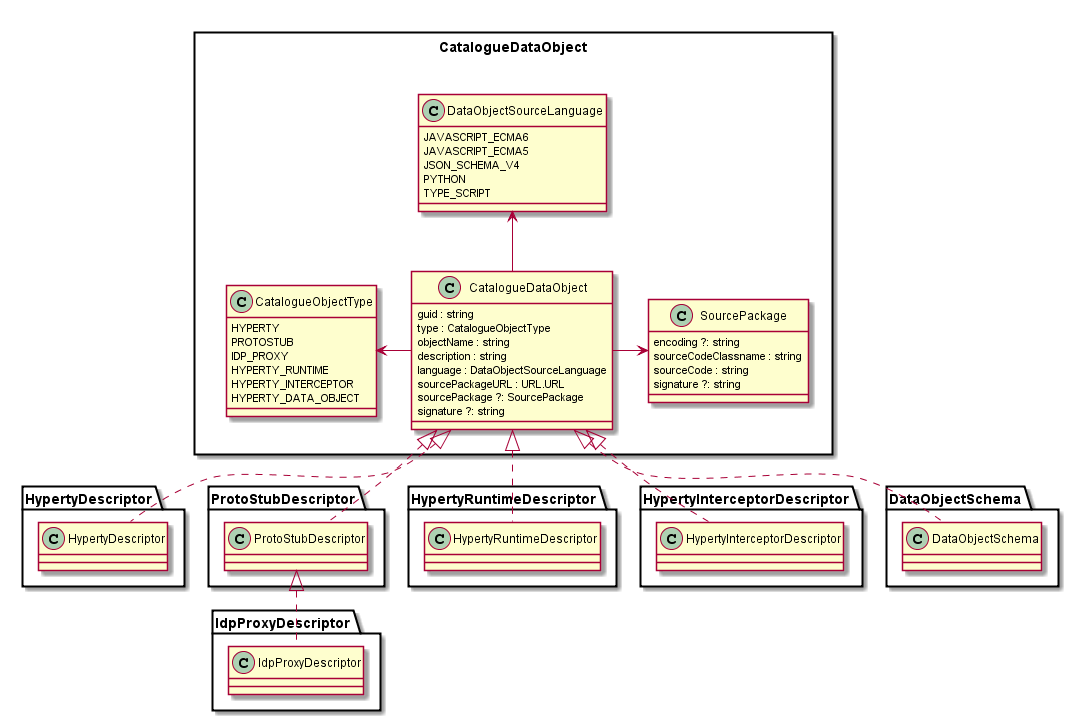
This is docs/datamodel/Catalogue-Data-Object.png from reTHINK-project/dev-service-framework, a PlantUML export, as it was before one commit.
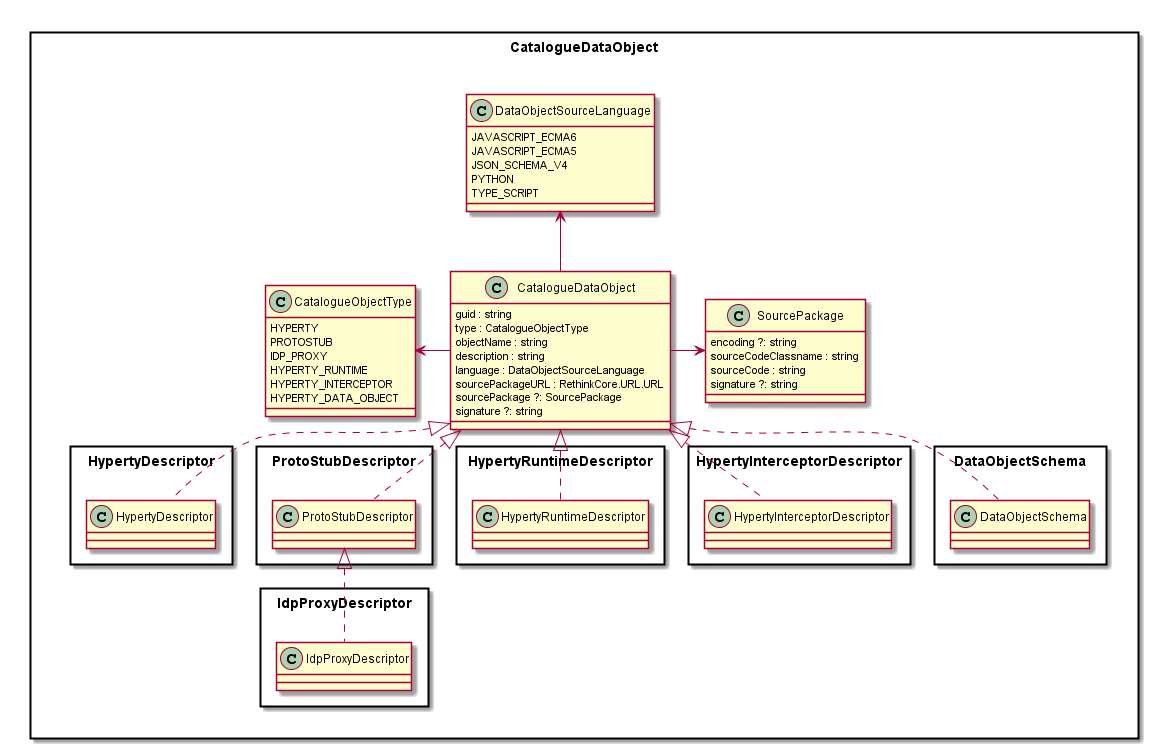
The same file after the commit.

What changed in the source:
```diff
@@ -8,7 +8,7 @@
 		objectName : string
 		description : string
 		language : DataObjectSourceLanguage
-		sourcePackageURL : URL.URL
+		sourcePackageURL : RethinkCore.URL.URL
 		sourcePackage ?: SourcePackage
 		signature ?: string
 	}
@@ -37,6 +37,24 @@
 	signature ?: string
 	}
 
+	package HypertyDescriptor <<Rect>> {
+	}
+
+	package ProtoStubDescriptor <<Rect>> {
+	}
+
+	package HypertyRuntimeDescriptor <<Rect>> {
+	}
+
+	package HypertyInterceptorDescriptor <<Rect>> {
+	}
+
+	package DataObjectSchema <<Rect>> {
+	}
+
+	package IdpProxyDescriptor <<Rect>> {
+	}
+
 	CatalogueDataObject -right-> SourcePackage
 	CatalogueDataObject -left-> CatalogueObjectType
 	CatalogueDataObject -up-> DataObjectSourceLanguage
```
